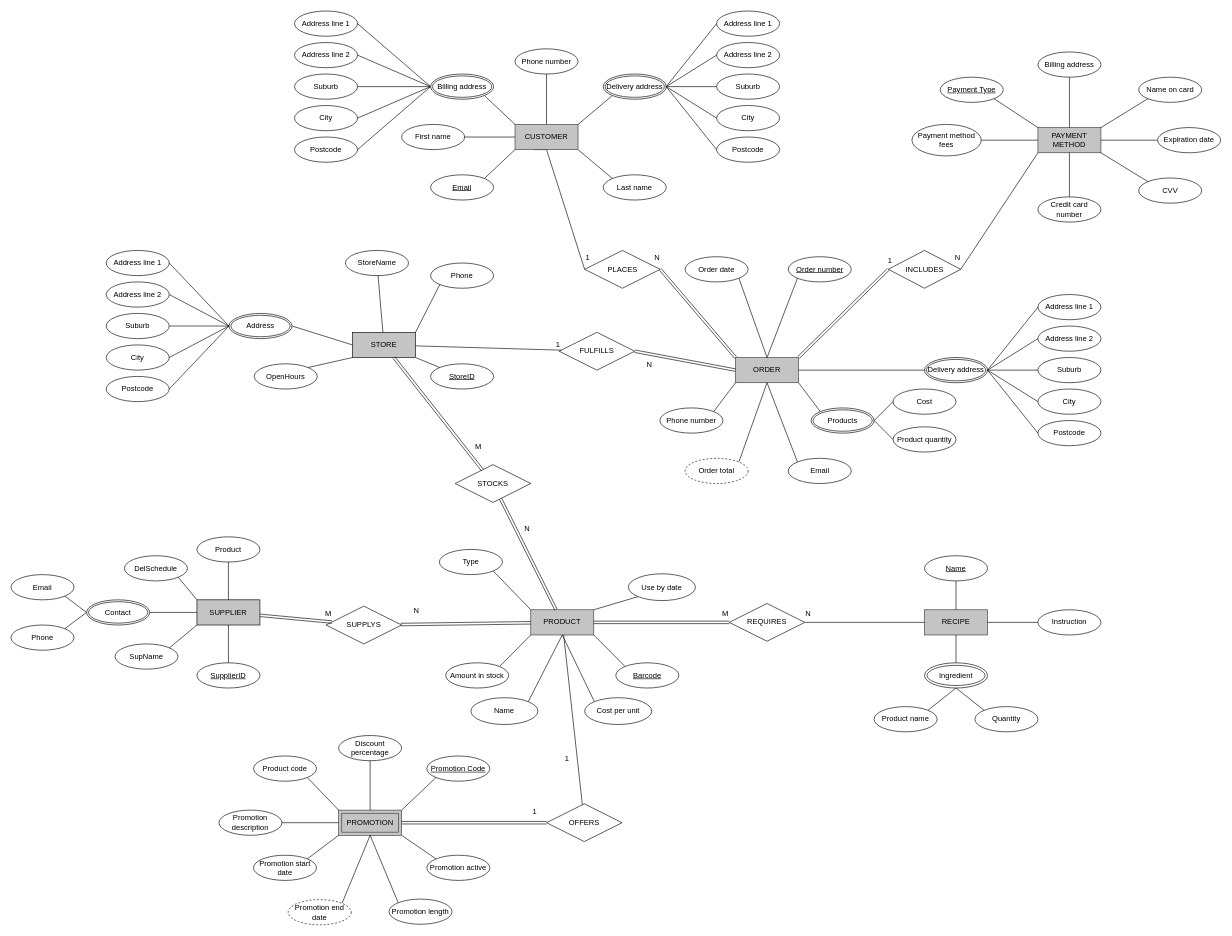
Earlier version of the draw.io diagram online_food_store copy.drawio (ThibaudARoy/Group5EntityRelationshipDiagram). Source tidied: cells renumbered, new cells numbered last; positions are measured from the earlier drawing's top-left corner, leaving out a move shared by most shapes. Both pictures are drawn from the tidied source at 63%, with x=0, y=0 at pixel (11, 11).
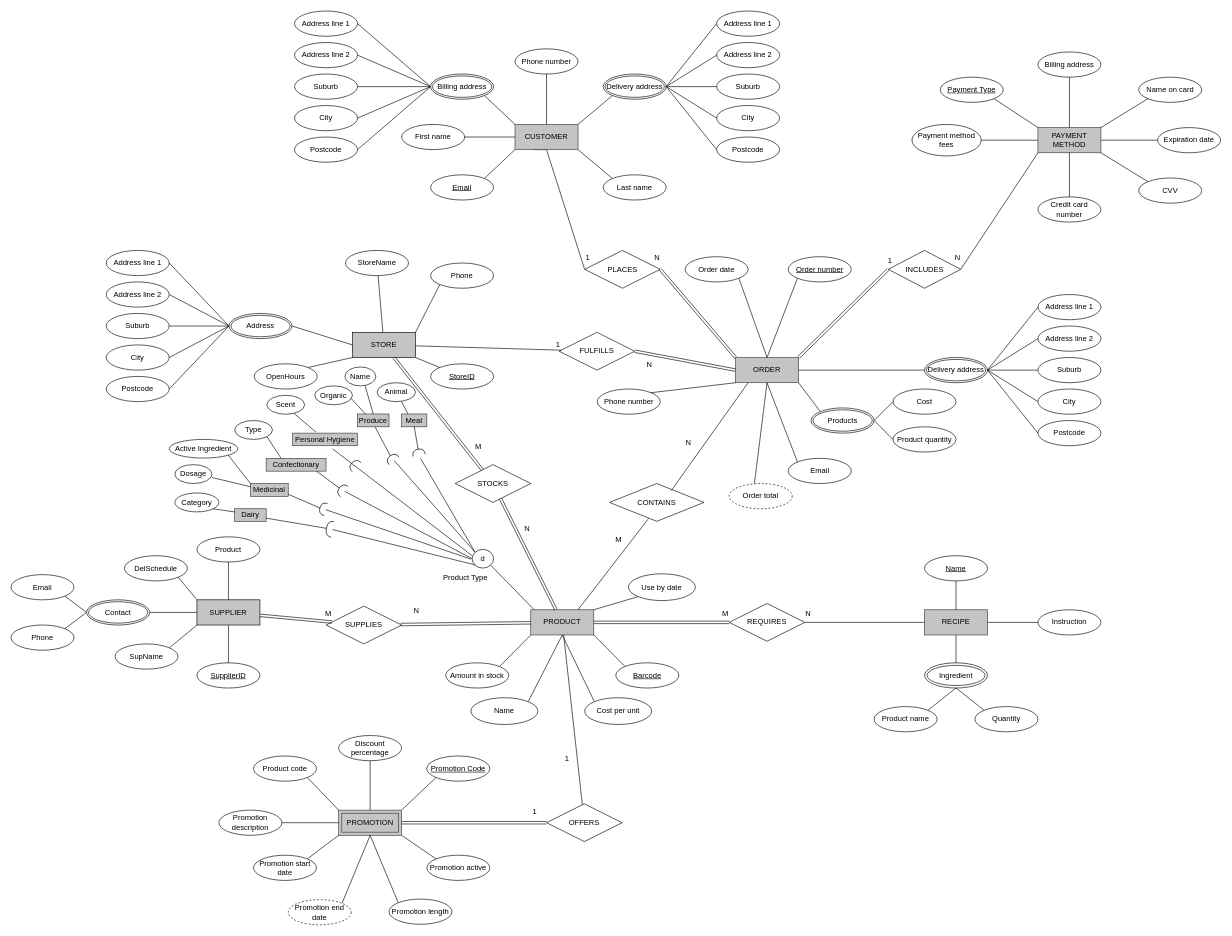
After the change.

Unchanged cells that the change refers to:
```xml
<mxCell id="14" value="ORDER" style="whiteSpace=wrap;html=1;align=center;fillColor=#C4C4C4;strokeColor=#36393d;" parent="1" vertex="1">
  <mxGeometry x="1150" y="550" width="100" height="40" as="geometry" />
</mxCell>
<mxCell id="139" value="PRODUCT" style="whiteSpace=wrap;html=1;align=center;fillColor=#C4C4C4;strokeColor=#36393d;" parent="1" vertex="1">
  <mxGeometry x="825" y="950.4" width="100" height="40" as="geometry" />
</mxCell>
```

What changed in the source:
```diff
@@
+    <mxCell id="192" style="shape=requiredInterface;html=1;verticalLabelPosition=bottom;sketch=0;rotation=-170;" parent="1" vertex="1">
+      <mxGeometry x="500.5" y="809.2" width="10" height="25.4" as="geometry" />
+    </mxCell>
@@
     <mxCell id="19" value="Phone number" style="ellipse;whiteSpace=wrap;html=1;align=center;fontStyle=0;" parent="1" vertex="1">
-      <mxGeometry x="1030" y="630" width="100" height="40" as="geometry" />
+      <mxGeometry x="930.5" y="600" width="100" height="40" as="geometry" />
     </mxCell>
@@
-    <mxCell id="27" style="endArrow=none;html=1;rounded=0;entryX=1;entryY=0;entryDx=0;entryDy=0;exitX=0.5;exitY=1;exitDx=0;exitDy=0;" parent="1" edge="1" source="14" target="70">
+    <mxCell id="27" style="endArrow=none;html=1;rounded=0;exitX=0.5;exitY=1;exitDx=0;exitDy=0;entryX=0.4;entryY=0;entryDx=0;entryDy=0;entryPerimeter=0;" parent="1" edge="1" source="14" target="70">
       <mxGeometry relative="1" as="geometry" />
     </mxCell>
@@
     <mxCell id="70" value="Order total" style="ellipse;whiteSpace=wrap;html=1;align=center;dashed=1;" parent="1" vertex="1">
-      <mxGeometry x="1070" y="710" width="100" height="40" as="geometry" />
+      <mxGeometry x="1140" y="750" width="100" height="40" as="geometry" />
     </mxCell>
@@
-    <mxCell id="147" style="endArrow=none;html=1;rounded=0;entryX=1;entryY=1;entryDx=0;entryDy=0;exitX=0;exitY=0;exitDx=0;exitDy=0;" parent="1" edge="1" source="139" target="152">
-      <mxGeometry relative="1" as="geometry" />
-    </mxCell>
@@
-    <mxCell id="152" value="Type" style="ellipse;whiteSpace=wrap;html=1;align=center;" parent="1" vertex="1">
-      <mxGeometry x="680" y="854.6" width="100" height="40" as="geometry" />
-    </mxCell>
@@
-    <mxCell id="180" value="SUPPLYS" style="shape=rhombus;perimeter=rhombusPerimeter;whiteSpace=wrap;html=1;align=center;" parent="1" vertex="1">
+    <mxCell id="180" value="SUPPLIES" style="shape=rhombus;perimeter=rhombusPerimeter;whiteSpace=wrap;html=1;align=center;" parent="1" vertex="1">
       <mxGeometry x="500" y="944.6" width="120" height="60" as="geometry" />
     </mxCell>
@@
+    <mxCell id="193" value="CONTAINS" style="rhombus;whiteSpace=wrap;html=1;" parent="1" vertex="1">
+      <mxGeometry x="950" y="750" width="150" height="60" as="geometry" />
+    </mxCell>
+    <mxCell id="194" style="endArrow=none;html=1;rounded=0;exitX=0.75;exitY=0;exitDx=0;exitDy=0;entryX=0.413;entryY=0.926;entryDx=0;entryDy=0;entryPerimeter=0;" parent="1" edge="1" source="139" target="193">
+      <mxGeometry relative="1" as="geometry" />
+    </mxCell>
+    <mxCell id="195" style="endArrow=none;html=1;rounded=0;exitX=0.655;exitY=0.181;exitDx=0;exitDy=0;exitPerimeter=0;" parent="1" edge="1" source="193">
+      <mxGeometry relative="1" as="geometry">
+        <mxPoint x="1170" y="590" as="targetPoint" />
+      </mxGeometry>
+    </mxCell>
+    <mxCell id="196" value="M" style="text;html=1;align=center;verticalAlign=middle;strokeColor=none;fillColor=none;" parent="1" vertex="1">
+      <mxGeometry x="948.7" y="824.6" width="30" height="30" as="geometry" />
+    </mxCell>
+    <mxCell id="197" value="N" style="text;html=1;align=center;verticalAlign=middle;strokeColor=none;fillColor=none;" parent="1" vertex="1">
+      <mxGeometry x="1060" y="670" width="30" height="30" as="geometry" />
+    </mxCell>
+    <mxCell id="198" value="Dairy" style="whiteSpace=wrap;html=1;align=center;fillColor=#C4C4C4;strokeColor=#36393d;" parent="1" vertex="1">
+      <mxGeometry x="355" y="790" width="50" height="20.4" as="geometry" />
+    </mxCell>
+    <mxCell id="199" value="Medicinal" style="whiteSpace=wrap;html=1;align=center;fillColor=#C4C4C4;strokeColor=#36393d;" parent="1" vertex="1">
+      <mxGeometry x="380" y="750" width="60" height="20.4" as="geometry" />
+    </mxCell>
+    <mxCell id="200" value="Meat" style="whiteSpace=wrap;html=1;align=center;fillColor=#C4C4C4;strokeColor=#36393d;" parent="1" vertex="1">
+      <mxGeometry x="620" y="639.6" width="40" height="20.4" as="geometry" />
+    </mxCell>
+    <mxCell id="201" value="Personal Hygiene" style="whiteSpace=wrap;html=1;align=center;fillColor=#C4C4C4;strokeColor=#36393d;" parent="1" vertex="1">
+      <mxGeometry x="447" y="670" width="103" height="20" as="geometry" />
+    </mxCell>
+    <mxCell id="202" value="Produce" style="whiteSpace=wrap;html=1;align=center;fillColor=#C4C4C4;strokeColor=#36393d;" parent="1" vertex="1">
+      <mxGeometry x="550" y="639.6" width="50" height="20.4" as="geometry" />
+    </mxCell>
+    <mxCell id="203" value="Confectionary" style="whiteSpace=wrap;html=1;align=center;fillColor=#C4C4C4;strokeColor=#36393d;" parent="1" vertex="1">
+      <mxGeometry x="405" y="710" width="95" height="20.4" as="geometry" />
+    </mxCell>
+    <mxCell id="204" style="endArrow=none;html=1;rounded=0;" parent="1" edge="1" source="192">
+      <mxGeometry relative="1" as="geometry">
+        <mxPoint x="740" y="880" as="targetPoint" />
+      </mxGeometry>
+    </mxCell>
+    <mxCell id="205" style="endArrow=none;html=1;rounded=0;" parent="1" edge="1" source="212">
+      <mxGeometry relative="1" as="geometry">
+        <mxPoint x="730" y="870" as="targetPoint" />
+      </mxGeometry>
+    </mxCell>
+    <mxCell id="206" style="endArrow=none;html=1;rounded=0;entryX=0;entryY=0.5;entryDx=0;entryDy=0;" parent="1" edge="1" source="214" target="233">
+      <mxGeometry relative="1" as="geometry" />
+    </mxCell>
+    <mxCell id="207" style="endArrow=none;html=1;rounded=0;" parent="1" edge="1">
+      <mxGeometry relative="1" as="geometry">
+        <mxPoint x="510.5" y="695" as="sourcePoint" />
+        <mxPoint x="732.5" y="865" as="targetPoint" />
+      </mxGeometry>
+    </mxCell>
+    <mxCell id="208" style="endArrow=none;html=1;rounded=0;entryX=0;entryY=0;entryDx=0;entryDy=0;" parent="1" edge="1" source="217" target="233">
+      <mxGeometry relative="1" as="geometry" />
+    </mxCell>
+    <mxCell id="209" style="endArrow=none;html=1;rounded=0;entryX=0;entryY=0;entryDx=0;entryDy=0;" parent="1" edge="1" target="233">
+      <mxGeometry relative="1" as="geometry">
+        <mxPoint x="650" y="710" as="sourcePoint" />
+      </mxGeometry>
+    </mxCell>
+    <mxCell id="210" style="endArrow=none;html=1;rounded=0;" parent="1" edge="1" target="192">
+      <mxGeometry relative="1" as="geometry">
+        <mxPoint x="405" y="805" as="sourcePoint" />
+      </mxGeometry>
+    </mxCell>
+    <mxCell id="211" style="endArrow=none;html=1;rounded=0;entryX=1;entryY=0.5;entryDx=0;entryDy=0;entryPerimeter=0;" parent="1" edge="1" target="212">
+      <mxGeometry relative="1" as="geometry">
+        <mxPoint x="440" y="767" as="sourcePoint" />
+      </mxGeometry>
+    </mxCell>
+    <mxCell id="212" style="shape=requiredInterface;html=1;verticalLabelPosition=bottom;sketch=0;rotation=-165;" parent="1" vertex="1">
+      <mxGeometry x="490" y="780" width="10" height="20" as="geometry" />
+    </mxCell>
+    <mxCell id="213" style="endArrow=none;html=1;rounded=0;entryX=1;entryY=0.5;entryDx=0;entryDy=0;entryPerimeter=0;" parent="1" edge="1" target="214">
+      <mxGeometry relative="1" as="geometry">
+        <mxPoint x="484.9" y="730.4" as="sourcePoint" />
+      </mxGeometry>
+    </mxCell>
+    <mxCell id="214" style="shape=requiredInterface;html=1;verticalLabelPosition=bottom;sketch=0;rotation=-145;" parent="1" vertex="1">
+      <mxGeometry x="520" y="750" width="10" height="20" as="geometry" />
+    </mxCell>
+    <mxCell id="215" style="shape=requiredInterface;html=1;verticalLabelPosition=bottom;sketch=0;rotation=-135;" parent="1" vertex="1">
+      <mxGeometry x="540" y="710.4" width="10" height="20" as="geometry" />
+    </mxCell>
+    <mxCell id="216" style="endArrow=none;html=1;rounded=0;entryX=1;entryY=0.5;entryDx=0;entryDy=0;entryPerimeter=0;" parent="1" edge="1" target="217">
+      <mxGeometry relative="1" as="geometry">
+        <mxPoint x="578" y="660.4" as="sourcePoint" />
+      </mxGeometry>
+    </mxCell>
+    <mxCell id="217" style="shape=requiredInterface;html=1;verticalLabelPosition=bottom;sketch=0;rotation=-126;" parent="1" vertex="1">
+      <mxGeometry x="600" y="700" width="10" height="20" as="geometry" />
+    </mxCell>
+    <mxCell id="218" style="endArrow=none;html=1;rounded=0;entryX=1;entryY=0.5;entryDx=0;entryDy=0;entryPerimeter=0;exitX=0.5;exitY=0.979;exitDx=0;exitDy=0;exitPerimeter=0;" parent="1" edge="1" source="200" target="219">
+      <mxGeometry relative="1" as="geometry" />
+    </mxCell>
+    <mxCell id="219" style="shape=requiredInterface;html=1;verticalLabelPosition=bottom;sketch=0;rotation=-100;" parent="1" vertex="1">
+      <mxGeometry x="642" y="690.4" width="10" height="20" as="geometry" />
+    </mxCell>
+    <mxCell id="220" value="Animal" style="ellipse;whiteSpace=wrap;html=1;" parent="1" vertex="1">
+      <mxGeometry x="581.1" y="590" width="60.9" height="30" as="geometry" />
+    </mxCell>
+    <mxCell id="221" value="Name" style="ellipse;whiteSpace=wrap;html=1;" parent="1" vertex="1">
+      <mxGeometry x="530" y="565" width="49.1" height="30" as="geometry" />
+    </mxCell>
+    <mxCell id="222" value="Organic" style="ellipse;whiteSpace=wrap;html=1;" parent="1" vertex="1">
+      <mxGeometry x="482" y="595" width="60" height="30" as="geometry" />
+    </mxCell>
+    <mxCell id="223" value="Scent" style="ellipse;whiteSpace=wrap;html=1;" parent="1" vertex="1">
+      <mxGeometry x="406" y="610" width="60" height="30" as="geometry" />
+    </mxCell>
+    <mxCell id="152" value="Type" style="ellipse;whiteSpace=wrap;html=1;" parent="1" vertex="1">
+      <mxGeometry x="355" y="650" width="60" height="30" as="geometry" />
+    </mxCell>
+    <mxCell id="224" value="Active Ingredient" style="ellipse;whiteSpace=wrap;html=1;" parent="1" vertex="1">
+      <mxGeometry x="251.1" y="680" width="108.9" height="29.6" as="geometry" />
+    </mxCell>
+    <mxCell id="225" value="Category" style="ellipse;whiteSpace=wrap;html=1;" parent="1" vertex="1">
+      <mxGeometry x="260" y="765" width="70" height="30" as="geometry" />
+    </mxCell>
+    <mxCell id="226" style="endArrow=none;html=1;rounded=0;entryX=0;entryY=0.25;entryDx=0;entryDy=0;" parent="1" edge="1" target="198">
+      <mxGeometry relative="1" as="geometry">
+        <mxPoint x="320.1" y="790" as="sourcePoint" />
+      </mxGeometry>
+    </mxCell>
+    <mxCell id="227" style="endArrow=none;html=1;rounded=0;exitX=0.25;exitY=0;exitDx=0;exitDy=0;" parent="1" edge="1" source="200">
+      <mxGeometry relative="1" as="geometry">
+        <mxPoint x="620" y="620" as="targetPoint" />
+      </mxGeometry>
+    </mxCell>
+    <mxCell id="228" style="endArrow=none;html=1;rounded=0;entryX=0.65;entryY=0.984;entryDx=0;entryDy=0;entryPerimeter=0;exitX=0.5;exitY=0;exitDx=0;exitDy=0;" parent="1" edge="1" source="202" target="221">
+      <mxGeometry relative="1" as="geometry" />
+    </mxCell>
+    <mxCell id="229" style="endArrow=none;html=1;rounded=0;exitX=0.25;exitY=0;exitDx=0;exitDy=0;" parent="1" edge="1" source="202">
+      <mxGeometry relative="1" as="geometry">
+        <mxPoint x="540" y="615" as="targetPoint" />
+      </mxGeometry>
+    </mxCell>
+    <mxCell id="230" style="endArrow=none;html=1;rounded=0;exitX=0.359;exitY=-0.089;exitDx=0;exitDy=0;entryX=0.721;entryY=0.958;entryDx=0;entryDy=0;entryPerimeter=0;exitPerimeter=0;" parent="1" edge="1" source="201" target="223">
+      <mxGeometry relative="1" as="geometry" />
+    </mxCell>
+    <mxCell id="231" style="endArrow=none;html=1;rounded=0;entryX=1;entryY=1;entryDx=0;entryDy=0;exitX=0.25;exitY=0;exitDx=0;exitDy=0;" parent="1" edge="1" source="203" target="152">
+      <mxGeometry relative="1" as="geometry" />
+    </mxCell>
+    <mxCell id="232" style="endArrow=none;html=1;rounded=0;entryX=0;entryY=0;entryDx=0;entryDy=0;exitX=1;exitY=1;exitDx=0;exitDy=0;" parent="1" edge="1" source="224" target="199">
+      <mxGeometry relative="1" as="geometry" />
+    </mxCell>
+    <mxCell id="233" value="d" style="ellipse;whiteSpace=wrap;html=1;" parent="1" vertex="1">
+      <mxGeometry x="732" y="854.6" width="34" height="29.6" as="geometry" />
+    </mxCell>
+    <mxCell id="234" style="endArrow=none;html=1;rounded=0;entryX=1;entryY=1;entryDx=0;entryDy=0;" parent="1" edge="1" target="233">
+      <mxGeometry relative="1" as="geometry">
+        <mxPoint x="830" y="950" as="sourcePoint" />
+      </mxGeometry>
+    </mxCell>
+    <mxCell id="235" value="Dosage" style="ellipse;whiteSpace=wrap;html=1;" parent="1" vertex="1">
+      <mxGeometry x="260" y="720" width="59" height="30" as="geometry" />
+    </mxCell>
+    <mxCell id="236" style="endArrow=none;html=1;rounded=0;entryX=0;entryY=0.25;entryDx=0;entryDy=0;" parent="1" edge="1" target="199">
+      <mxGeometry relative="1" as="geometry">
+        <mxPoint x="319" y="740.4" as="sourcePoint" />
+      </mxGeometry>
+    </mxCell>
+    <mxCell id="237" value="Product Type" style="text;html=1;align=center;verticalAlign=middle;strokeColor=none;fillColor=none;" parent="1" vertex="1">
+      <mxGeometry x="676" y="884.1" width="90" height="30" as="geometry" />
+    </mxCell>
```
